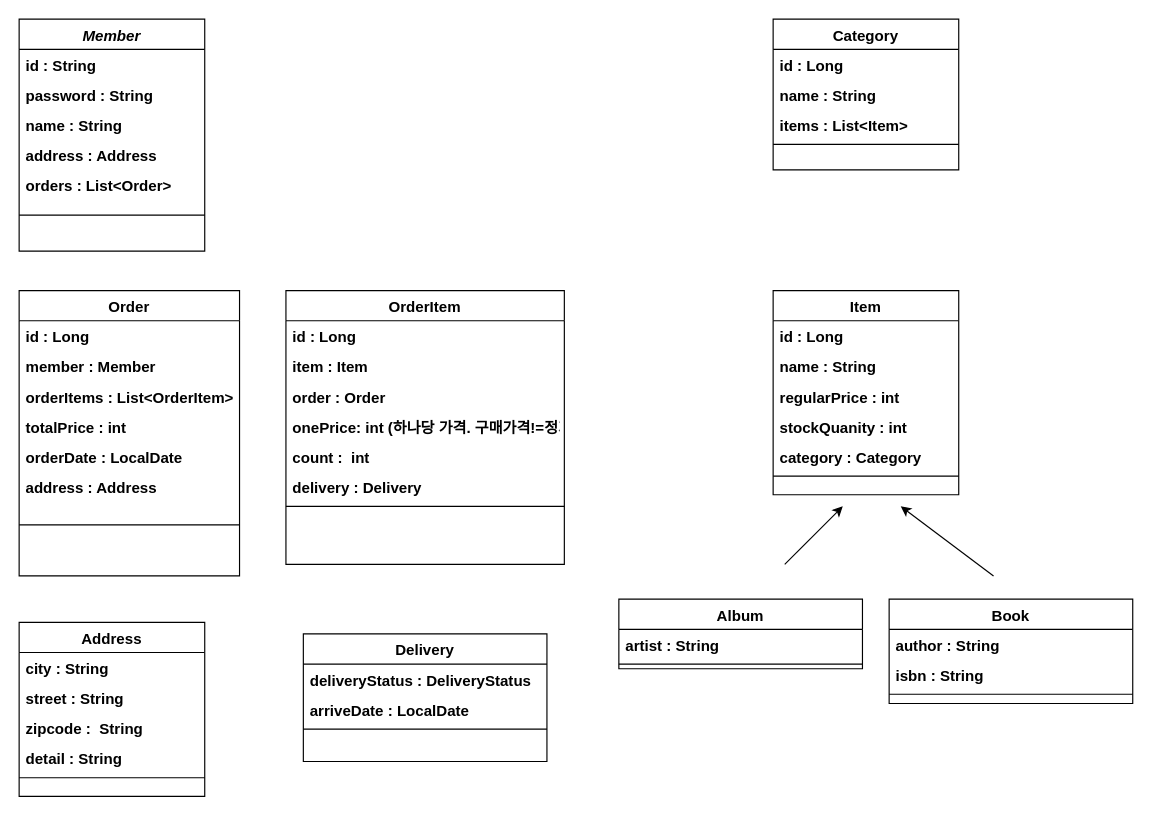
gks930620/my_lecture keeps this draw.io diagram as jpa_web/객체UML.drawio. Above is the earlier version. Source tidied: cells renumbered, new cells numbered last; positions are measured from the earlier drawing's top-left corner, leaving out a move shared by most shapes. Both pictures are drawn from the tidied source at 116%, with x=0, y=0 at pixel (19, 19).
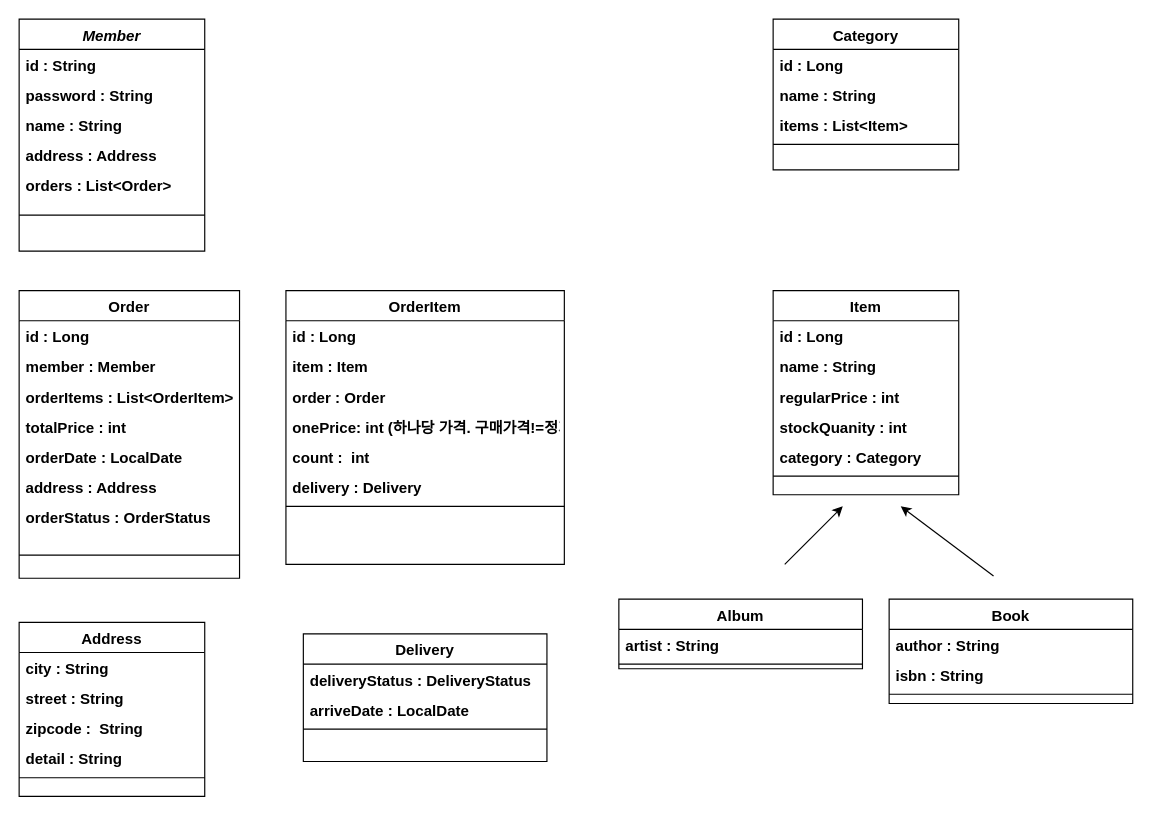
Above is the later version.

The edit, as a diff of the source:
```diff
@@
     <mxCell id="10" value="Order" style="swimlane;fontStyle=1;align=center;verticalAlign=top;horizontal=1;startSize=26;rounded=0;shadow=0;strokeWidth=1;fontSize=13;" parent="1" vertex="1">
-      <mxGeometry y="234" width="190" height="246" as="geometry" />
+      <mxGeometry y="234" width="190" height="248" as="geometry" />
     </mxCell>
@@
+    <mxCell id="57" value="orderStatus : OrderStatus" style="text;align=left;verticalAlign=top;spacingLeft=4;spacingRight=4;overflow=hidden;rounded=0;shadow=0;html=0;fontStyle=1;fontSize=13;" parent="10" vertex="1">
+      <mxGeometry y="182" width="190" height="26" as="geometry" />
+    </mxCell>
     <mxCell id="17" style="line;html=1;strokeWidth=1;align=left;verticalAlign=middle;spacingTop=-1;spacingLeft=3;spacingRight=3;labelPosition=right;fontStyle=1;fontSize=13;" parent="10" vertex="1">
-      <mxGeometry y="182" width="190" height="40" as="geometry" />
+      <mxGeometry y="208" width="190" height="40" as="geometry" />
     </mxCell>
```
